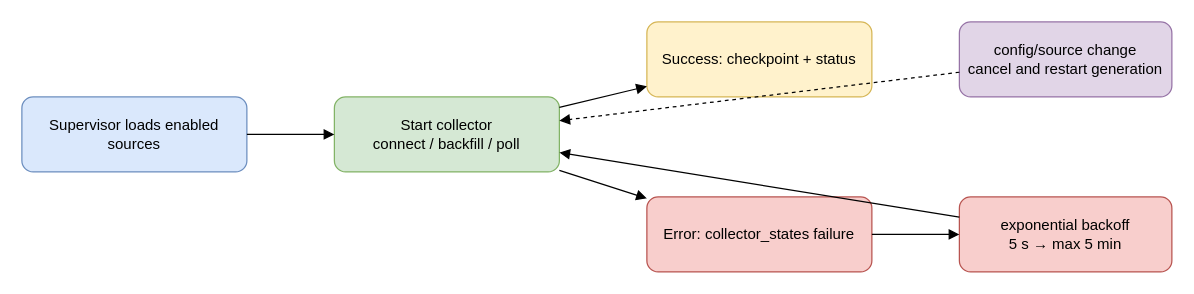
Before: docs/diagrams/collector-lifecycle.drawio in sql-monk/Puluj-g, a draw.io diagram. Source tidied: cells renumbered, new cells numbered last; positions are measured from the earlier drawing's top-left corner, leaving out a move shared by most shapes. Both pictures are drawn from the tidied source at 125%, with x=0, y=0 at pixel (21, 21).
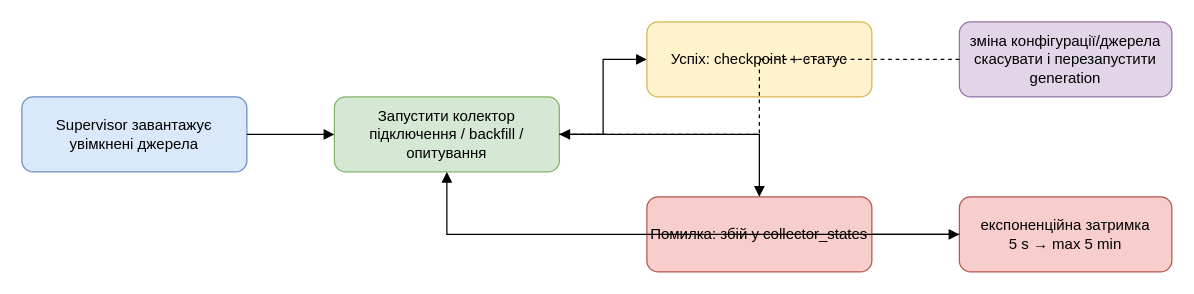
The same diagram, later.

The edit, as a diff of the source:
```diff
@@
 <mxGraphModel>
   <root>
     <mxCell id="0" />
     <mxCell id="1" parent="0" />
-    <mxCell id="2" value="Supervisor loads enabled sources" style="rounded=1;whiteSpace=wrap;html=1;fillColor=#dae8fc;strokeColor=#6c8ebf;" parent="1" vertex="1">
+    <mxCell id="2" value="Supervisor завантажує увімкнені джерела" style="rounded=1;whiteSpace=wrap;html=1;fillColor=#dae8fc;strokeColor=#6c8ebf;" parent="1" vertex="1">
       <mxGeometry y="60" width="180" height="60" as="geometry" />
     </mxCell>
-    <mxCell id="3" value="Start collector&#10;connect / backfill / poll" style="rounded=1;whiteSpace=wrap;html=1;fillColor=#d5e8d4;strokeColor=#82b366;" parent="1" vertex="1">
+    <mxCell id="3" value="Запустити колектор&#10;підключення / backfill / опитування" style="rounded=1;whiteSpace=wrap;html=1;fillColor=#d5e8d4;strokeColor=#82b366;" parent="1" vertex="1">
       <mxGeometry x="250" y="60" width="180" height="60" as="geometry" />
     </mxCell>
-    <mxCell id="4" value="Success: checkpoint + status" style="rounded=1;whiteSpace=wrap;html=1;fillColor=#fff2cc;strokeColor=#d6b656;" parent="1" vertex="1">
+    <mxCell id="4" value="Успіх: checkpoint + статус" style="rounded=1;whiteSpace=wrap;html=1;fillColor=#fff2cc;strokeColor=#d6b656;" parent="1" vertex="1">
       <mxGeometry x="500" width="180" height="60" as="geometry" />
     </mxCell>
-    <mxCell id="5" value="Error: collector_states failure" style="rounded=1;whiteSpace=wrap;html=1;fillColor=#f8cecc;strokeColor=#b85450;" parent="1" vertex="1">
+    <mxCell id="5" value="Помилка: збій у collector_states" style="rounded=1;whiteSpace=wrap;html=1;fillColor=#f8cecc;strokeColor=#b85450;" parent="1" vertex="1">
       <mxGeometry x="500" y="140" width="180" height="60" as="geometry" />
     </mxCell>
-    <mxCell id="6" value="exponential backoff&#10;5 s → max 5 min" style="rounded=1;whiteSpace=wrap;html=1;fillColor=#f8cecc;strokeColor=#b85450;" parent="1" vertex="1">
+    <mxCell id="6" value="експоненційна затримка&#10;5 s → max 5 min" style="rounded=1;whiteSpace=wrap;html=1;fillColor=#f8cecc;strokeColor=#b85450;" parent="1" vertex="1">
       <mxGeometry x="750" y="140" width="170" height="60" as="geometry" />
     </mxCell>
-    <mxCell id="7" value="config/source change&#10;cancel and restart generation" style="rounded=1;whiteSpace=wrap;html=1;fillColor=#e1d5e7;strokeColor=#9673a6;" parent="1" vertex="1">
+    <mxCell id="7" value="зміна конфігурації/джерела&#10;скасувати і перезапустити generation" style="rounded=1;whiteSpace=wrap;html=1;fillColor=#e1d5e7;strokeColor=#9673a6;" parent="1" vertex="1">
       <mxGeometry x="750" width="170" height="60" as="geometry" />
     </mxCell>
-    <mxCell id="8" style="endArrow=block;html=1;" parent="1" edge="1" source="2" target="3">
+    <mxCell id="8" style="edgeStyle=orthogonalEdgeStyle;rounded=0;endArrow=block;html=1;" parent="1" edge="1" source="2" target="3">
       <mxGeometry relative="1" as="geometry" />
     </mxCell>
-    <mxCell id="9" style="endArrow=block;html=1;" parent="1" edge="1" source="3" target="4">
+    <mxCell id="9" style="edgeStyle=orthogonalEdgeStyle;rounded=0;endArrow=block;html=1;" parent="1" edge="1" source="3" target="4">
       <mxGeometry relative="1" as="geometry" />
     </mxCell>
-    <mxCell id="10" style="endArrow=block;html=1;" parent="1" edge="1" source="3" target="5">
+    <mxCell id="10" style="edgeStyle=orthogonalEdgeStyle;rounded=0;endArrow=block;html=1;" parent="1" edge="1" source="3" target="5">
       <mxGeometry relative="1" as="geometry" />
     </mxCell>
-    <mxCell id="11" style="endArrow=block;html=1;" parent="1" edge="1" source="5" target="6">
+    <mxCell id="11" style="edgeStyle=orthogonalEdgeStyle;rounded=0;endArrow=block;html=1;" parent="1" edge="1" source="5" target="6">
       <mxGeometry relative="1" as="geometry" />
     </mxCell>
-    <mxCell id="12" style="endArrow=block;html=1;" parent="1" edge="1" source="6" target="3">
+    <mxCell id="12" style="edgeStyle=orthogonalEdgeStyle;rounded=0;endArrow=block;html=1;" parent="1" edge="1" source="6" target="3">
       <mxGeometry relative="1" as="geometry" />
     </mxCell>
-    <mxCell id="13" style="endArrow=block;html=1;dashed=1;" parent="1" edge="1" source="7" target="3">
+    <mxCell id="13" style="edgeStyle=orthogonalEdgeStyle;rounded=0;endArrow=block;html=1;dashed=1;" parent="1" edge="1" source="7" target="3">
       <mxGeometry relative="1" as="geometry" />
     </mxCell>
   </root>
 </mxGraphModel>
```
